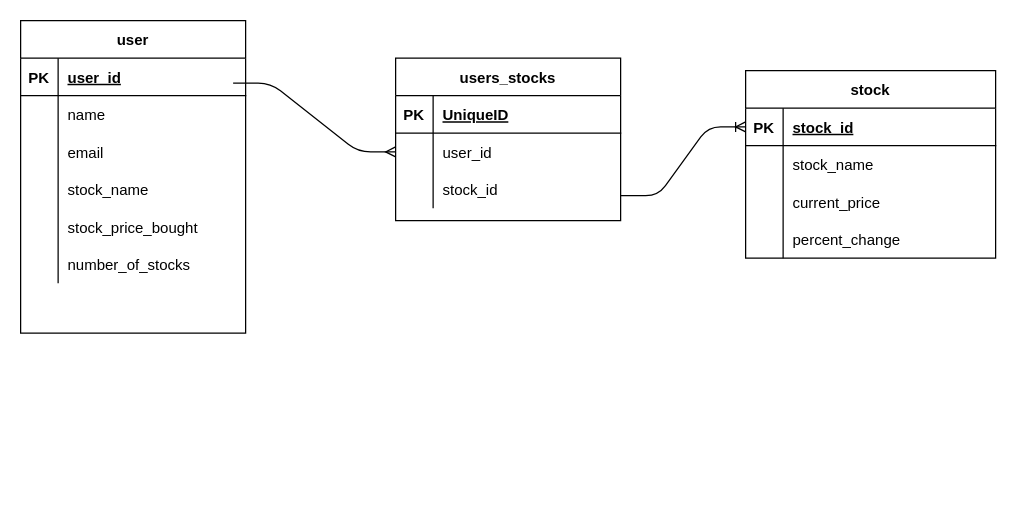
Above: ERD.drawio in tylerchan33/StockTracker (draw.io), before the change. Source tidied: cells renumbered, new cells numbered last; positions are measured from the earlier drawing's top-left corner, leaving out a move shared by most shapes. Both pictures are drawn from the tidied source at 125%, with x=0, y=0 at pixel (20, 20).
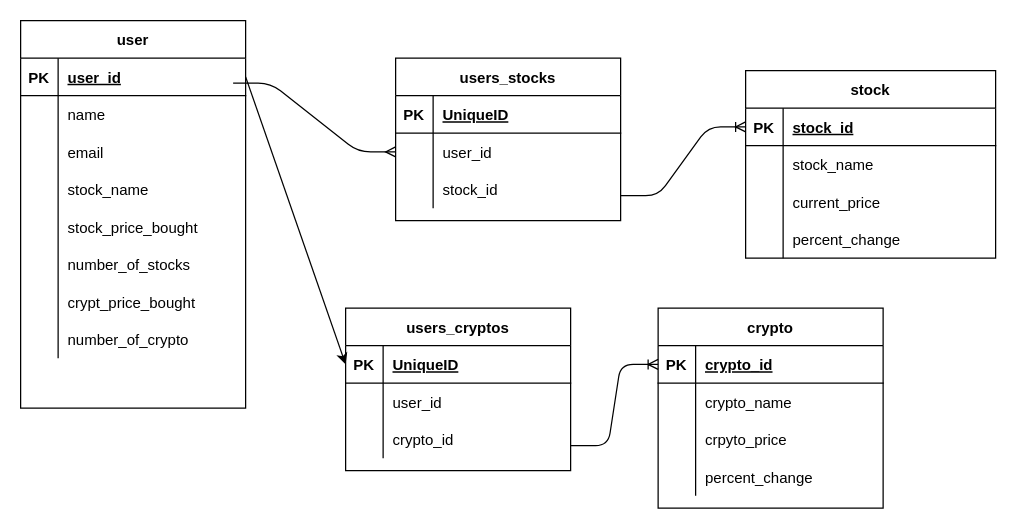
The same page after the edit.

The change refers to these unchanged cells:
```xml
<mxCell id="3" style="shape=partialRectangle;fillColor=none;top=0;left=0;bottom=1;right=0;points=[[0,0.5],[1,0.5]];portConstraint=eastwest;" parent="2" vertex="1">
  <mxGeometry y="30" width="180" height="30" as="geometry" />
</mxCell>
```

Diff of the diagram source:
```diff
@@
     <mxCell id="2" value="user" style="shape=table;startSize=30;childLayout=tableLayout;rowLines=0;fontStyle=1;align=center;" parent="1" vertex="1">
-      <mxGeometry width="180" height="250" as="geometry" />
+      <mxGeometry width="180" height="310" as="geometry" />
     </mxCell>
@@
+    <mxCell id="46" style="shape=partialRectangle;fillColor=none;top=0;left=0;bottom=0;right=0;" parent="2" vertex="1">
+      <mxGeometry y="210" width="180" height="30" as="geometry" />
+    </mxCell>
+    <mxCell id="47" style="shape=partialRectangle;fillColor=none;top=0;left=0;bottom=0;right=0;overflow=hidden;" parent="46" vertex="1">
+      <mxGeometry width="30" height="30" as="geometry" />
+    </mxCell>
+    <mxCell id="48" value="crypt_price_bought" style="shape=partialRectangle;fillColor=none;top=0;left=0;bottom=0;right=0;align=left;spacingLeft=6;overflow=hidden;" parent="46" vertex="1">
+      <mxGeometry x="30" width="150" height="30" as="geometry" />
+    </mxCell>
+    <mxCell id="49" style="shape=partialRectangle;fillColor=none;top=0;left=0;bottom=0;right=0;" parent="2" vertex="1">
+      <mxGeometry y="240" width="180" height="30" as="geometry" />
+    </mxCell>
+    <mxCell id="50" style="shape=partialRectangle;fillColor=none;top=0;left=0;bottom=0;right=0;overflow=hidden;" parent="49" vertex="1">
+      <mxGeometry width="30" height="30" as="geometry" />
+    </mxCell>
+    <mxCell id="51" value="number_of_crypto" style="shape=partialRectangle;fillColor=none;top=0;left=0;bottom=0;right=0;align=left;spacingLeft=6;overflow=hidden;" parent="49" vertex="1">
+      <mxGeometry x="30" width="150" height="30" as="geometry" />
+    </mxCell>
@@
+    <mxCell id="52" value="crypto" style="shape=table;startSize=30;childLayout=tableLayout;rowLines=0;fontStyle=1;align=center;" parent="1" vertex="1">
+      <mxGeometry x="510" y="230" width="180" height="160" as="geometry" />
+    </mxCell>
+    <mxCell id="53" style="shape=partialRectangle;fillColor=none;top=0;left=0;bottom=1;right=0;points=[[0,0.5],[1,0.5]];portConstraint=eastwest;" parent="52" vertex="1">
+      <mxGeometry y="30" width="180" height="30" as="geometry" />
+    </mxCell>
+    <mxCell id="54" value="PK" style="shape=partialRectangle;fillColor=none;top=0;left=0;bottom=0;right=0;fontStyle=1;overflow=hidden;" parent="53" vertex="1">
+      <mxGeometry width="30" height="30" as="geometry" />
+    </mxCell>
+    <mxCell id="55" value="crypto_id" style="shape=partialRectangle;fillColor=none;top=0;left=0;bottom=0;right=0;align=left;spacingLeft=6;fontStyle=5;overflow=hidden;" parent="53" vertex="1">
+      <mxGeometry x="30" width="150" height="30" as="geometry" />
+    </mxCell>
+    <mxCell id="56" style="shape=partialRectangle;fillColor=none;top=0;left=0;bottom=0;right=0;" parent="52" vertex="1">
+      <mxGeometry y="60" width="180" height="30" as="geometry" />
+    </mxCell>
+    <mxCell id="57" style="shape=partialRectangle;fillColor=none;top=0;left=0;bottom=0;right=0;overflow=hidden;" parent="56" vertex="1">
+      <mxGeometry width="30" height="30" as="geometry" />
+    </mxCell>
+    <mxCell id="58" value="crypto_name" style="shape=partialRectangle;fillColor=none;top=0;left=0;bottom=0;right=0;align=left;spacingLeft=6;overflow=hidden;" parent="56" vertex="1">
+      <mxGeometry x="30" width="150" height="30" as="geometry" />
+    </mxCell>
+    <mxCell id="59" style="shape=partialRectangle;fillColor=none;top=0;left=0;bottom=0;right=0;" parent="52" vertex="1">
+      <mxGeometry y="90" width="180" height="30" as="geometry" />
+    </mxCell>
+    <mxCell id="60" style="shape=partialRectangle;fillColor=none;top=0;left=0;bottom=0;right=0;overflow=hidden;" parent="59" vertex="1">
+      <mxGeometry width="30" height="30" as="geometry" />
+    </mxCell>
+    <mxCell id="61" value="crpyto_price" style="shape=partialRectangle;fillColor=none;top=0;left=0;bottom=0;right=0;align=left;spacingLeft=6;overflow=hidden;" parent="59" vertex="1">
+      <mxGeometry x="30" width="150" height="30" as="geometry" />
+    </mxCell>
+    <mxCell id="62" style="shape=partialRectangle;fillColor=none;top=0;left=0;bottom=0;right=0;" parent="52" vertex="1">
+      <mxGeometry y="120" width="180" height="30" as="geometry" />
+    </mxCell>
+    <mxCell id="63" style="shape=partialRectangle;fillColor=none;top=0;left=0;bottom=0;right=0;overflow=hidden;" parent="62" vertex="1">
+      <mxGeometry width="30" height="30" as="geometry" />
+    </mxCell>
+    <mxCell id="64" value="percent_change" style="shape=partialRectangle;fillColor=none;top=0;left=0;bottom=0;right=0;align=left;spacingLeft=6;overflow=hidden;" parent="62" vertex="1">
+      <mxGeometry x="30" width="150" height="30" as="geometry" />
+    </mxCell>
+    <mxCell id="65" value="users_cryptos" style="shape=table;startSize=30;childLayout=tableLayout;rowLines=0;fontStyle=1;align=center;" parent="1" vertex="1">
+      <mxGeometry x="260" y="230" width="180" height="130" as="geometry" />
+    </mxCell>
+    <mxCell id="66" style="shape=partialRectangle;fillColor=none;top=0;left=0;bottom=1;right=0;points=[[0,0.5],[1,0.5]];portConstraint=eastwest;" parent="65" vertex="1">
+      <mxGeometry y="30" width="180" height="30" as="geometry" />
+    </mxCell>
+    <mxCell id="67" value="PK" style="shape=partialRectangle;fillColor=none;top=0;left=0;bottom=0;right=0;fontStyle=1;overflow=hidden;" parent="66" vertex="1">
+      <mxGeometry width="30" height="30" as="geometry" />
+    </mxCell>
+    <mxCell id="68" value="UniqueID" style="shape=partialRectangle;fillColor=none;top=0;left=0;bottom=0;right=0;align=left;spacingLeft=6;fontStyle=5;overflow=hidden;" parent="66" vertex="1">
+      <mxGeometry x="30" width="150" height="30" as="geometry" />
+    </mxCell>
+    <mxCell id="69" style="shape=partialRectangle;fillColor=none;top=0;left=0;bottom=0;right=0;" parent="65" vertex="1">
+      <mxGeometry y="60" width="180" height="30" as="geometry" />
+    </mxCell>
+    <mxCell id="70" style="shape=partialRectangle;fillColor=none;top=0;left=0;bottom=0;right=0;overflow=hidden;" parent="69" vertex="1">
+      <mxGeometry width="30" height="30" as="geometry" />
+    </mxCell>
+    <mxCell id="71" value="user_id" style="shape=partialRectangle;fillColor=none;top=0;left=0;bottom=0;right=0;align=left;spacingLeft=6;overflow=hidden;" parent="69" vertex="1">
+      <mxGeometry x="30" width="150" height="30" as="geometry" />
+    </mxCell>
+    <mxCell id="72" style="shape=partialRectangle;fillColor=none;top=0;left=0;bottom=0;right=0;" parent="65" vertex="1">
+      <mxGeometry y="90" width="180" height="30" as="geometry" />
+    </mxCell>
+    <mxCell id="73" style="shape=partialRectangle;fillColor=none;top=0;left=0;bottom=0;right=0;overflow=hidden;" parent="72" vertex="1">
+      <mxGeometry width="30" height="30" as="geometry" />
+    </mxCell>
+    <mxCell id="74" value="crypto_id" style="shape=partialRectangle;fillColor=none;top=0;left=0;bottom=0;right=0;align=left;spacingLeft=6;overflow=hidden;" parent="72" vertex="1">
+      <mxGeometry x="30" width="150" height="30" as="geometry" />
+    </mxCell>
+    <mxCell id="75" style="edgeStyle=entityRelationEdgeStyle;fontSize=12;html=1;endArrow=ERoneToMany;entryX=0;entryY=0.5;entryDx=0;entryDy=0;" parent="1" edge="1" target="53">
+      <mxGeometry relative="1" as="geometry">
+        <mxPoint x="440" y="340" as="sourcePoint" />
+      </mxGeometry>
+    </mxCell>
+    <mxCell id="76" style="edgeStyle=none;html=1;exitX=1;exitY=0.5;exitDx=0;exitDy=0;entryX=0;entryY=0.5;entryDx=0;entryDy=0;" parent="1" edge="1" source="3" target="66">
+      <mxGeometry relative="1" as="geometry" />
+    </mxCell>
```
